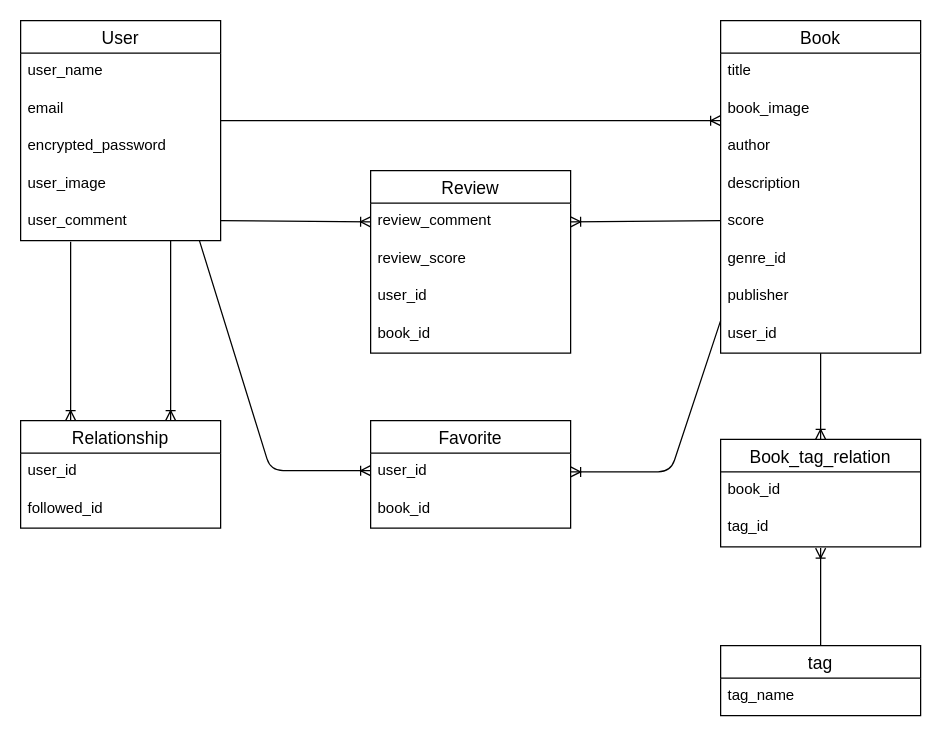
Earlier version of the draw.io diagram table.dio (nagawa-hub/honstagram). Source tidied: cells renumbered, new cells numbered last; positions are measured from the earlier drawing's top-left corner, leaving out a move shared by most shapes. Both pictures are drawn from the tidied source at 125%, with x=0, y=0 at pixel (20, 20).
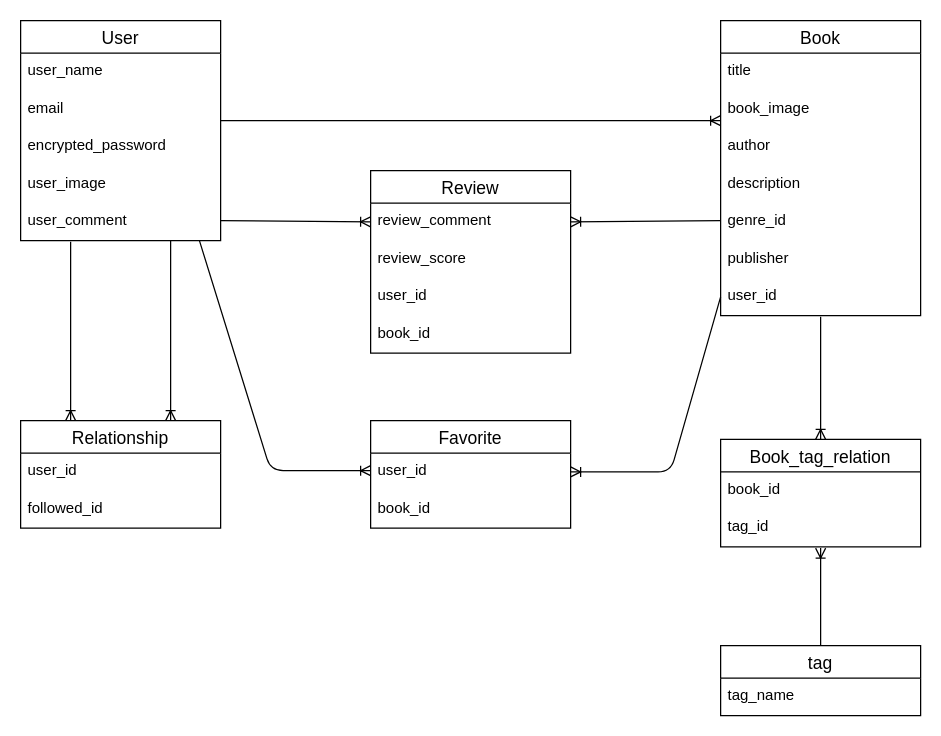
The same page after the edit.

The change refers to these unchanged cells:
```xml
<mxCell id="27" value="user_id" style="text;strokeColor=none;fillColor=none;spacingLeft=4;spacingRight=4;overflow=hidden;points=[[0,0.5],[1,0.5]];portConstraint=eastwest;fontSize=12;" parent="26" vertex="1">
  <mxGeometry y="26" width="160" height="30" as="geometry" />
</mxCell>
<mxCell id="34" value="Book_tag_relation" style="swimlane;fontStyle=0;horizontal=1;startSize=26;align=center;fontSize=14;" parent="1" vertex="1">
  <mxGeometry x="560" y="335" width="160" height="86" as="geometry" />
</mxCell>
```

The edit, as a diff of the source:
```diff
@@
     <mxCell id="8" value="Book" style="swimlane;fontStyle=0;horizontal=1;startSize=26;align=center;fontSize=14;" parent="1" vertex="1">
-      <mxGeometry x="560" width="160" height="266" as="geometry" />
+      <mxGeometry x="560" width="160" height="236" as="geometry" />
     </mxCell>
@@
-    <mxCell id="13" value="score" style="text;strokeColor=none;fillColor=none;spacingLeft=4;spacingRight=4;overflow=hidden;fontSize=12;" parent="8" vertex="1">
-      <mxGeometry y="146" width="160" height="30" as="geometry" />
-    </mxCell>
     <mxCell id="14" value="genre_id" style="text;strokeColor=none;fillColor=none;spacingLeft=4;spacingRight=4;overflow=hidden;fontSize=12;" parent="8" vertex="1">
-      <mxGeometry y="176" width="160" height="30" as="geometry" />
+      <mxGeometry y="146" width="160" height="30" as="geometry" />
     </mxCell>
     <mxCell id="15" value="publisher" style="text;strokeColor=none;fillColor=none;spacingLeft=4;spacingRight=4;overflow=hidden;fontSize=12;" parent="8" vertex="1">
-      <mxGeometry y="206" width="160" height="30" as="geometry" />
+      <mxGeometry y="176" width="160" height="30" as="geometry" />
     </mxCell>
-    <mxCell id="16" style="fontSize=12;html=1;endArrow=ERoneToMany;entryX=0.5;entryY=0;entryDx=0;entryDy=0;" parent="8" edge="1" target="34">
-      <mxGeometry relative="1" as="geometry">
-        <mxPoint x="80" y="266" as="sourcePoint" />
-      </mxGeometry>
-    </mxCell>
     <mxCell id="17" value="user_id" style="text;strokeColor=none;fillColor=none;spacingLeft=4;spacingRight=4;overflow=hidden;points=[[0,0.5],[1,0.5]];portConstraint=eastwest;fontSize=12;" parent="8" vertex="1">
-      <mxGeometry y="236" width="160" height="30" as="geometry" />
+      <mxGeometry y="206" width="160" height="30" as="geometry" />
     </mxCell>
@@
-    <mxCell id="40" style="fontSize=12;html=1;endArrow=ERoneToMany;entryX=1;entryY=0.5;entryDx=0;entryDy=0;" parent="1" edge="1" target="27">
+    <mxCell id="40" style="fontSize=12;html=1;endArrow=ERoneToMany;entryX=1;entryY=0.5;entryDx=0;entryDy=0;exitX=0;exitY=0.5;exitDx=0;exitDy=0;" parent="1" edge="1" source="17" target="27">
       <mxGeometry relative="1" as="geometry">
-        <mxPoint x="560" y="240" as="sourcePoint" />
         <Array as="points">
           <mxPoint x="520" y="361" />
         </Array>
       </mxGeometry>
     </mxCell>
@@
+    <mxCell id="16" style="fontSize=12;html=1;endArrow=ERoneToMany;entryX=0.5;entryY=0;entryDx=0;entryDy=0;exitX=0.5;exitY=1.033;exitDx=0;exitDy=0;exitPerimeter=0;" parent="1" edge="1" source="17" target="34">
+      <mxGeometry relative="1" as="geometry" />
+    </mxCell>
```
